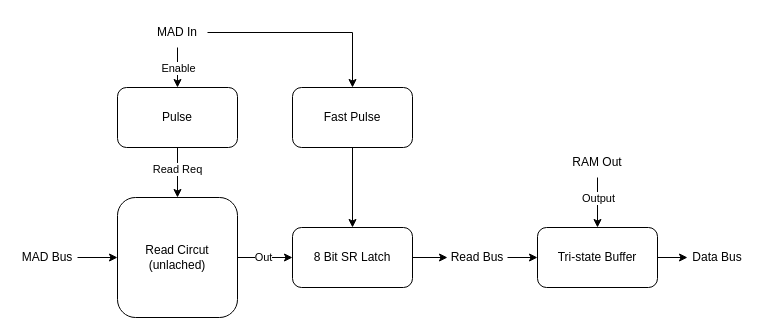
The draw.io diagram page "Clear & Read" (3 of 4) of General/Magnetic Memory.drawio in omzz15/Magnetic-Memory, before the edit. Source tidied: cells renumbered, new cells numbered last; positions are measured from the earlier drawing's top-left corner, leaving out a move shared by most shapes. Both pictures are drawn from the tidied source at 100%, with x=0, y=0 at pixel (17, 17).
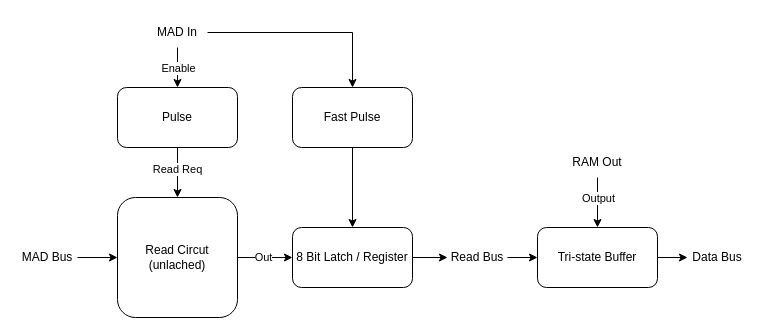
The same diagram, later.

The edit, as a diff of the source:
```diff
@@
-    <mxCell id="3" value="8 Bit SR Latch" style="rounded=1;whiteSpace=wrap;html=1;" parent="1" vertex="1">
+    <mxCell id="3" value="8 Bit Latch / Register" style="rounded=1;whiteSpace=wrap;html=1;" parent="1" vertex="1">
       <mxGeometry x="275" y="210" width="120" height="60" as="geometry" />
     </mxCell>
```
